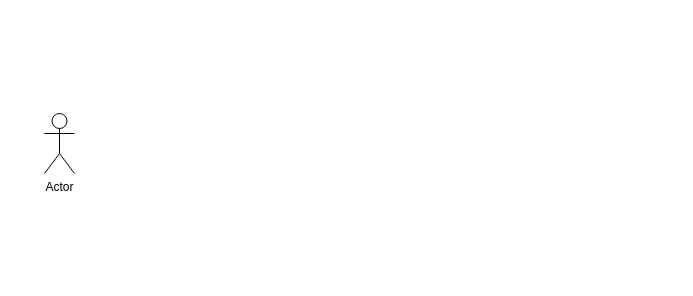
The draw.io diagram grivapp_agent.drawio in viniciusrpb/drawio_flowcharts, before the edit. Source tidied: cells renumbered, new cells numbered last; positions are measured from the earlier drawing's top-left corner, leaving out a move shared by most shapes. Both pictures are drawn from the tidied source at 100%, with x=0, y=0 at pixel (44, 113).
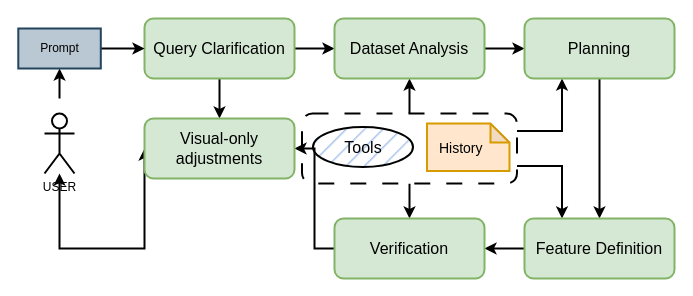
The same diagram, later.

Diff of the diagram source:
```diff
@@
+    <mxCell id="3" style="edgeStyle=orthogonalEdgeStyle;rounded=0;jettySize=auto;html=1;entryX=0.5;entryY=1;entryDx=0;entryDy=0;defaultLabelBackgroundColor=gap;strokeWidth=2;" parent="1" edge="1" source="7" target="16">
+      <mxGeometry relative="1" as="geometry" />
+    </mxCell>
+    <mxCell id="4" style="edgeStyle=orthogonalEdgeStyle;rounded=0;jettySize=auto;html=1;exitX=0.5;exitY=1;exitDx=0;exitDy=0;entryX=0.5;entryY=0;entryDx=0;entryDy=0;defaultLabelBackgroundColor=gap;strokeWidth=2;" parent="1" edge="1" source="7" target="22">
+      <mxGeometry relative="1" as="geometry" />
+    </mxCell>
+    <mxCell id="5" style="edgeStyle=orthogonalEdgeStyle;rounded=0;jettySize=auto;html=1;exitX=1;exitY=0.25;exitDx=0;exitDy=0;entryX=0.25;entryY=1;entryDx=0;entryDy=0;defaultLabelBackgroundColor=gap;strokeWidth=2;" parent="1" edge="1" source="7" target="18">
+      <mxGeometry relative="1" as="geometry" />
+    </mxCell>
+    <mxCell id="6" style="edgeStyle=orthogonalEdgeStyle;rounded=0;jettySize=auto;html=1;exitX=1;exitY=0.75;exitDx=0;exitDy=0;entryX=0.25;entryY=0;entryDx=0;entryDy=0;defaultLabelBackgroundColor=gap;strokeWidth=2;" parent="1" edge="1" source="7" target="20">
+      <mxGeometry relative="1" as="geometry" />
+    </mxCell>
+    <mxCell id="7" style="rounded=1;whiteSpace=wrap;html=1;roundedPerimeter=1;dashed=1;dashPattern=8 8;strokeWidth=2;" parent="1" vertex="1">
+      <mxGeometry x="257.5" width="215" height="70" as="geometry" />
+    </mxCell>
+    <mxCell id="8" style="edgeStyle=orthogonalEdgeStyle;rounded=0;jettySize=auto;html=1;entryX=0;entryY=0.5;entryDx=0;entryDy=0;defaultLabelBackgroundColor=gap;strokeWidth=2;startArrow=classic;startFill=1;" parent="1" edge="1" source="2" target="23">
+      <mxGeometry x="-0.04" relative="1" as="geometry">
+        <Array as="points">
+          <mxPoint x="15" y="135" />
+        </Array>
+      </mxGeometry>
+    </mxCell>
+    <mxCell id="9" style="edgeStyle=orthogonalEdgeStyle;rounded=0;jettySize=auto;html=1;entryX=0.5;entryY=1;entryDx=0;entryDy=0;defaultLabelBackgroundColor=gap;strokeWidth=2;" parent="1" edge="1" target="14">
+      <mxGeometry relative="1" as="geometry">
+        <mxPoint x="15" y="-15" as="sourcePoint" />
+      </mxGeometry>
+    </mxCell>
-    <mxCell id="2" value="Actor" style="shape=umlActor;verticalLabelPosition=bottom;verticalAlign=top;html=1;outlineConnect=0;labelPerimeter=1;" parent="1" vertex="1">
+    <mxCell id="2" value="USER" style="shape=umlActor;verticalLabelPosition=bottom;verticalAlign=top;html=1;outlineConnect=0;labelPerimeter=1;strokeWidth=2;" parent="1" vertex="1">
       <mxGeometry width="30" height="60" as="geometry" />
     </mxCell>
+    <mxCell id="10" style="edgeStyle=orthogonalEdgeStyle;rounded=0;jettySize=auto;html=1;defaultLabelBackgroundColor=gap;strokeWidth=2;fillColor=#d5e8d4;strokeColor=#000000;" parent="1" edge="1" source="12" target="16">
+      <mxGeometry relative="1" as="geometry" />
+    </mxCell>
+    <mxCell id="11" style="edgeStyle=orthogonalEdgeStyle;rounded=0;jettySize=auto;html=1;defaultLabelBackgroundColor=gap;strokeWidth=2;" parent="1" edge="1" source="12" target="23">
+      <mxGeometry relative="1" as="geometry" />
+    </mxCell>
+    <mxCell id="12" value="Query Clarification" style="rounded=1;whiteSpace=wrap;html=1;roundedPerimeter=1;fontSize=16;strokeWidth=2;fillColor=#d5e8d4;strokeColor=#82b366;" parent="1" vertex="1">
+      <mxGeometry x="100" y="-95" width="150" height="60" as="geometry" />
+    </mxCell>
+    <mxCell id="13" style="edgeStyle=orthogonalEdgeStyle;rounded=0;jettySize=auto;html=1;entryX=0;entryY=0.5;entryDx=0;entryDy=0;defaultLabelBackgroundColor=gap;strokeWidth=2;" parent="1" edge="1" source="14" target="12">
+      <mxGeometry relative="1" as="geometry" />
+    </mxCell>
+    <mxCell id="14" value="Prompt" style="rounded=0;whiteSpace=wrap;html=1;fillColor=#bac8d3;strokeColor=#23445d;strokeWidth=2;" parent="1" vertex="1">
+      <mxGeometry x="-26.2" y="-85" width="82.5" height="40" as="geometry" />
+    </mxCell>
+    <mxCell id="15" style="edgeStyle=orthogonalEdgeStyle;rounded=0;jettySize=auto;html=1;entryX=0;entryY=0.5;entryDx=0;entryDy=0;defaultLabelBackgroundColor=gap;strokeWidth=2;fillColor=#d5e8d4;strokeColor=#000000;" parent="1" edge="1" source="16" target="18">
+      <mxGeometry relative="1" as="geometry" />
+    </mxCell>
+    <mxCell id="16" value="&lt;span style=&quot;background-color: transparent; color: light-dark(#000000, var(--ge-light-color, #ffffff));&quot;&gt;Dataset Analysis&lt;/span&gt;" style="rounded=1;whiteSpace=wrap;html=1;roundedPerimeter=1;fontSize=16;strokeWidth=2;fillColor=#d5e8d4;strokeColor=#82b366;" parent="1" vertex="1">
+      <mxGeometry x="290" y="-95" width="150" height="60" as="geometry" />
+    </mxCell>
+    <mxCell id="17" style="edgeStyle=orthogonalEdgeStyle;rounded=0;jettySize=auto;html=1;defaultLabelBackgroundColor=gap;strokeWidth=2;" parent="1" edge="1" source="18" target="20">
+      <mxGeometry relative="1" as="geometry" />
+    </mxCell>
+    <mxCell id="18" value="&lt;span style=&quot;background-color: transparent; color: light-dark(#000000, var(--ge-light-color, #ffffff));&quot;&gt;Planning&lt;/span&gt;" style="rounded=1;whiteSpace=wrap;html=1;roundedPerimeter=1;fontSize=16;strokeWidth=2;fillColor=#d5e8d4;strokeColor=#82b366;" parent="1" vertex="1">
+      <mxGeometry x="480" y="-95" width="150" height="60" as="geometry" />
+    </mxCell>
+    <mxCell id="19" style="edgeStyle=orthogonalEdgeStyle;rounded=0;jettySize=auto;html=1;defaultLabelBackgroundColor=gap;strokeWidth=2;" parent="1" edge="1" source="20" target="22">
+      <mxGeometry relative="1" as="geometry" />
+    </mxCell>
+    <mxCell id="20" value="Feature Definition" style="rounded=1;whiteSpace=wrap;html=1;roundedPerimeter=1;fontSize=16;strokeWidth=2;fillColor=#d5e8d4;strokeColor=#82b366;" parent="1" vertex="1">
+      <mxGeometry x="480" y="105" width="150" height="60" as="geometry" />
+    </mxCell>
+    <mxCell id="21" style="edgeStyle=orthogonalEdgeStyle;rounded=0;jettySize=auto;html=1;entryX=1;entryY=0.5;entryDx=0;entryDy=0;defaultLabelBackgroundColor=gap;strokeWidth=2;" parent="1" edge="1" source="22" target="23">
+      <mxGeometry relative="1" as="geometry" />
+    </mxCell>
+    <mxCell id="22" value="Verification" style="rounded=1;whiteSpace=wrap;html=1;roundedPerimeter=1;fontSize=16;strokeWidth=2;fillColor=#d5e8d4;strokeColor=#82b366;" parent="1" vertex="1">
+      <mxGeometry x="290" y="105" width="150" height="60" as="geometry" />
+    </mxCell>
+    <mxCell id="23" value="Visual-only adjustments" style="rounded=1;whiteSpace=wrap;html=1;roundedPerimeter=1;fontSize=16;strokeWidth=2;fillColor=#d5e8d4;strokeColor=#82b366;" parent="1" vertex="1">
+      <mxGeometry x="100" y="5" width="150" height="60" as="geometry" />
+    </mxCell>
+    <mxCell id="24" value="Tools" style="ellipse;whiteSpace=wrap;html=1;shapeInside=1;fontSize=16;fillStyle=hatch;fillColor=#A9C4EB;strokeWidth=2;" parent="1" vertex="1">
+      <mxGeometry x="268.5" y="13.5" width="100" height="40" as="geometry" />
+    </mxCell>
+    <mxCell id="25" value="&lt;font style=&quot;font-size: 14px;&quot;&gt;History&amp;nbsp; &amp;nbsp;&amp;nbsp;&lt;/font&gt;" style="shape=note;whiteSpace=wrap;html=1;backgroundOutline=1;darkOpacity=0.05;fontSize=16;size=19;fillColor=#ffe6cc;strokeColor=#d79b00;fillStyle=auto;strokeWidth=2;" parent="1" vertex="1">
+      <mxGeometry x="382.5" y="10" width="82.5" height="47.5" as="geometry" />
+    </mxCell>
```
